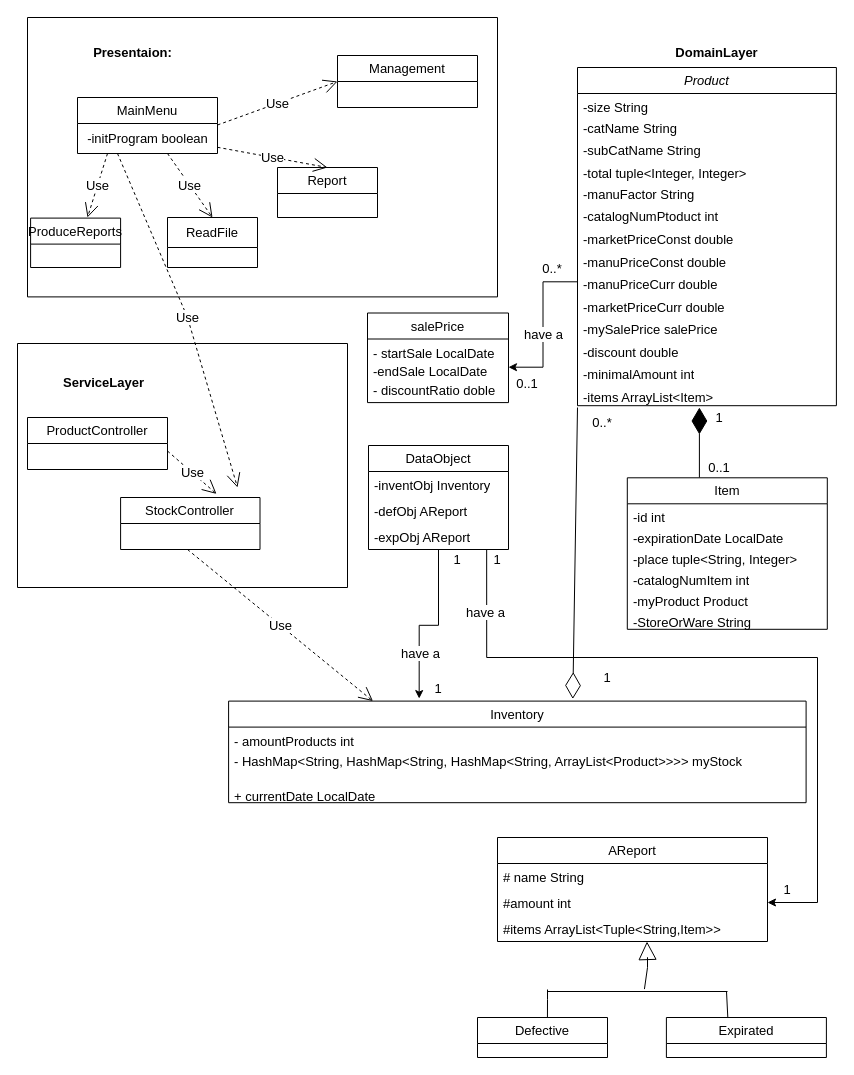
Before: docs/ClassDiagramCode.drawio in NatallieMirelashvili/ADSS_Group_E, a draw.io diagram. Source tidied: cells renumbered, new cells numbered last; positions are measured from the earlier drawing's top-left corner, leaving out a move shared by most shapes. Both pictures are drawn from the tidied source at 100%, with x=0, y=0 at pixel (17, 17).
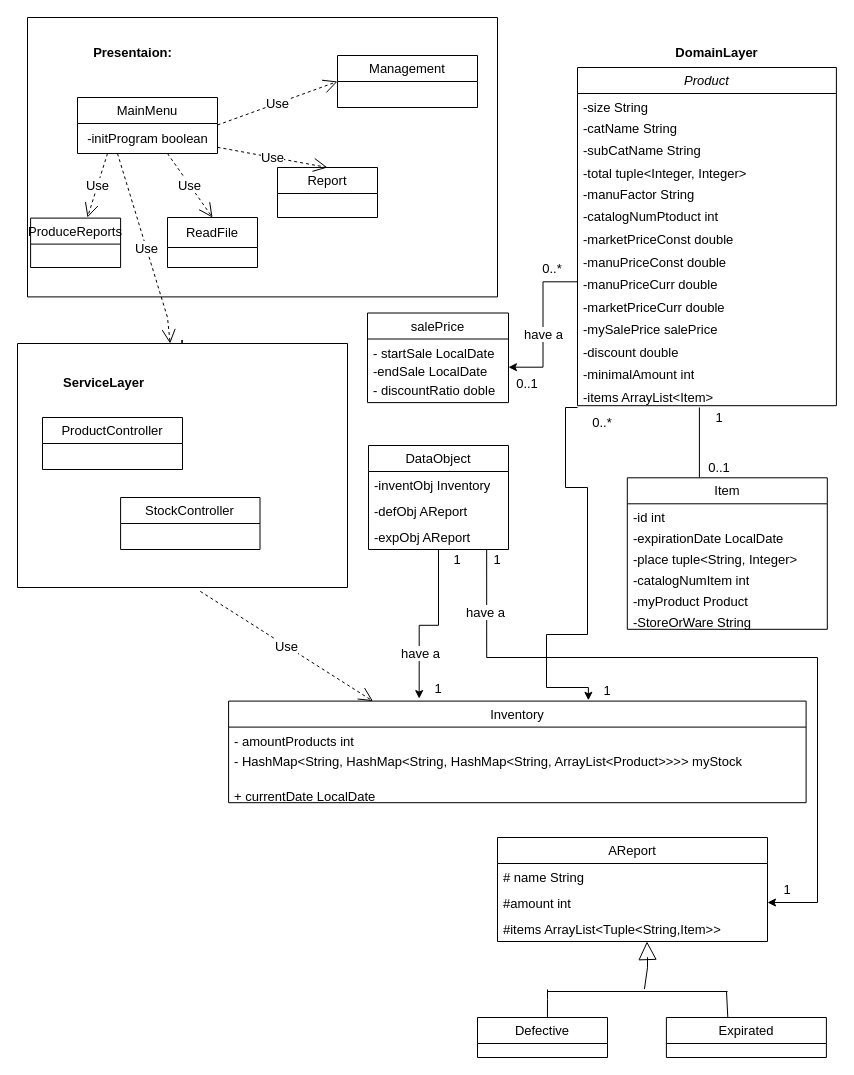
The same diagram, later.

Unchanged cells that the change refers to:
```xml
<mxCell id="6" value="&lt;div style=&quot;font-size: 13px;&quot;&gt;&lt;div style=&quot;font-size: 13px;&quot;&gt;StockController&lt;/div&gt;&lt;/div&gt;" style="swimlane;fontStyle=0;horizontal=1;startSize=26;fillColor=none;whiteSpace=wrap;html=1;fontSize=13;fontFamily=Helvetica;" parent="1" vertex="1">
  <mxGeometry x="103.1" y="480" width="139.4" height="52" as="geometry" />
</mxCell>
<mxCell id="8" style="group;fontSize=13;fontFamily=Helvetica;" parent="1" vertex="1">
  <mxGeometry x="350" y="50" width="468.9" height="650.7" as="geometry" />
</mxCell>
<mxCell id="25" value="0..*" style="text;strokeColor=none;align=center;fillColor=none;html=1;verticalAlign=middle;whiteSpace=wrap;rounded=0;fontSize=13;fontFamily=Helvetica;" parent="9" vertex="1">
  <mxGeometry y="340" width="50" height="30" as="geometry" />
</mxCell>
<mxCell id="27" value="Item" style="swimlane;fontStyle=0;horizontal=1;startSize=26;fillColor=none;whiteSpace=wrap;html=1;fontSize=13;fontFamily=Helvetica;" parent="26" vertex="1">
  <mxGeometry y="70.3" width="200" height="151.5" as="geometry" />
</mxCell>
<mxCell id="66" value="&lt;span style=&quot;font-size: 13px; text-align: start;&quot;&gt;Inventory&lt;/span&gt;" style="swimlane;fontStyle=0;horizontal=1;startSize=26;fillColor=none;whiteSpace=wrap;html=1;fontSize=13;fontFamily=Helvetica;" parent="65" vertex="1">
  <mxGeometry x="39.8" y="23.6" width="577.5" height="101.6" as="geometry" />
</mxCell>
```

Diff of the diagram source:
```diff
@@
-    <mxCell id="5" value="&lt;div style=&quot;font-size: 13px;&quot;&gt;&lt;div style=&quot;font-size: 13px;&quot;&gt;ProductController&lt;/div&gt;&lt;/div&gt;" style="swimlane;fontStyle=0;horizontal=1;startSize=26;fillColor=none;whiteSpace=wrap;html=1;fontSize=13;fontFamily=Helvetica;" parent="1" vertex="1">
-      <mxGeometry x="10" y="400" width="140" height="52" as="geometry" />
-    </mxCell>
@@
-    <mxCell id="28" style="endArrow=diamondThin;endFill=1;endSize=24;html=1;rounded=0;fontSize=13;fontFamily=Helvetica;" parent="27" edge="1">
+    <mxCell id="28" style="endArrow=none;endFill=0;endSize=24;html=1;rounded=0;fontSize=13;fontFamily=Helvetica;" parent="27" edge="1">
       <mxGeometry relative="1" as="geometry">
         <mxPoint x="72.1" y="-0.3" as="sourcePoint" />
         <mxPoint x="72.1" y="-70.3" as="targetPoint" />
       </mxGeometry>
     </mxCell>
@@
     <mxCell id="50" value="1" style="text;strokeColor=none;align=center;fillColor=none;html=1;verticalAlign=middle;whiteSpace=wrap;rounded=0;fontSize=13;fontFamily=Helvetica;" parent="8" vertex="1">
-      <mxGeometry x="220" y="600" width="40" height="20" as="geometry" />
+      <mxGeometry x="220" y="613" width="40" height="20" as="geometry" />
     </mxCell>
@@
-    <mxCell id="63" value="Use" style="endArrow=open;endSize=12;dashed=1;html=1;rounded=0;entryX=0.25;entryY=0;entryDx=0;entryDy=0;fontSize=13;fontFamily=Helvetica;" parent="1" edge="1" target="66">
-      <mxGeometry relative="1" as="geometry">
-        <mxPoint x="170" y="532" as="sourcePoint" />
-      </mxGeometry>
+    <mxCell id="63" value="Use" style="endArrow=open;endSize=12;dashed=1;html=1;rounded=0;entryX=0.25;entryY=0;entryDx=0;entryDy=0;fontSize=13;fontFamily=Helvetica;exitX=0.554;exitY=1.016;exitDx=0;exitDy=0;exitPerimeter=0;" parent="1" edge="1" source="89" target="66">
+      <mxGeometry relative="1" as="geometry" />
     </mxCell>
-    <mxCell id="64" value="Use" style="endArrow=open;endSize=12;dashed=1;html=1;rounded=0;entryX=0.688;entryY=-0.069;entryDx=0;entryDy=0;entryPerimeter=0;fontSize=13;fontFamily=Helvetica;" parent="1" edge="1" target="6">
-      <mxGeometry relative="1" as="geometry">
-        <mxPoint x="150" y="433.5" as="sourcePoint" />
-      </mxGeometry>
-    </mxCell>
@@
-    <mxCell id="69" style="endArrow=diamondThin;endFill=0;endSize=24;html=1;rounded=0;exitX=0;exitY=0;exitDx=0;exitDy=0;fontSize=13;fontFamily=Helvetica;" parent="66" edge="1" source="25">
-      <mxGeometry relative="1" as="geometry">
-        <mxPoint x="344.2" y="-2.1" as="targetPoint" />
-      </mxGeometry>
-    </mxCell>
@@
-    <mxCell id="88" value="Use" style="endArrow=open;endSize=12;dashed=1;html=1;rounded=0;fontSize=13;fontFamily=Helvetica;" parent="1" edge="1">
+    <mxCell id="88" value="Use" style="endArrow=open;endSize=12;dashed=1;html=1;rounded=0;fontSize=13;fontFamily=Helvetica;" parent="1" edge="1" target="89">
       <mxGeometry relative="1" as="geometry">
         <mxPoint x="100" y="136" as="sourcePoint" />
-        <mxPoint x="220" y="470" as="targetPoint" />
         <Array as="points">
-          <mxPoint x="170" y="300" />
+          <mxPoint x="150" y="300" />
         </Array>
       </mxGeometry>
     </mxCell>
-    <mxCell id="89" style="swimlane;startSize=0;fontSize=13;fontFamily=Helvetica;" parent="1" vertex="1">
+    <mxCell id="89" value="'" style="swimlane;startSize=0;fontSize=13;fontFamily=Helvetica;" parent="1" vertex="1">
       <mxGeometry y="326" width="330" height="244" as="geometry" />
     </mxCell>
+    <mxCell id="5" value="&lt;div style=&quot;font-size: 13px;&quot;&gt;&lt;div style=&quot;font-size: 13px;&quot;&gt;ProductController&lt;/div&gt;&lt;/div&gt;" style="swimlane;fontStyle=0;horizontal=1;startSize=26;fillColor=none;whiteSpace=wrap;html=1;fontSize=13;fontFamily=Helvetica;" parent="89" vertex="1">
+      <mxGeometry x="25" y="74" width="140" height="52" as="geometry" />
+    </mxCell>
+    <mxCell id="90" style="edgeStyle=orthogonalEdgeStyle;rounded=0;jettySize=auto;html=1;entryX=0.623;entryY=-0.008;entryDx=0;entryDy=0;fontSize=13;fontFamily=Helvetica;exitX=0;exitY=0;exitDx=0;exitDy=0;entryPerimeter=0;" parent="1" edge="1" source="25" target="66">
+      <mxGeometry relative="1" as="geometry">
+        <Array as="points">
+          <mxPoint x="548" y="390" />
+          <mxPoint x="548" y="470" />
+          <mxPoint x="570" y="470" />
+          <mxPoint x="570" y="617" />
+          <mxPoint x="529" y="617" />
+          <mxPoint x="529" y="670" />
+          <mxPoint x="571" y="670" />
+        </Array>
+      </mxGeometry>
+    </mxCell>
```
